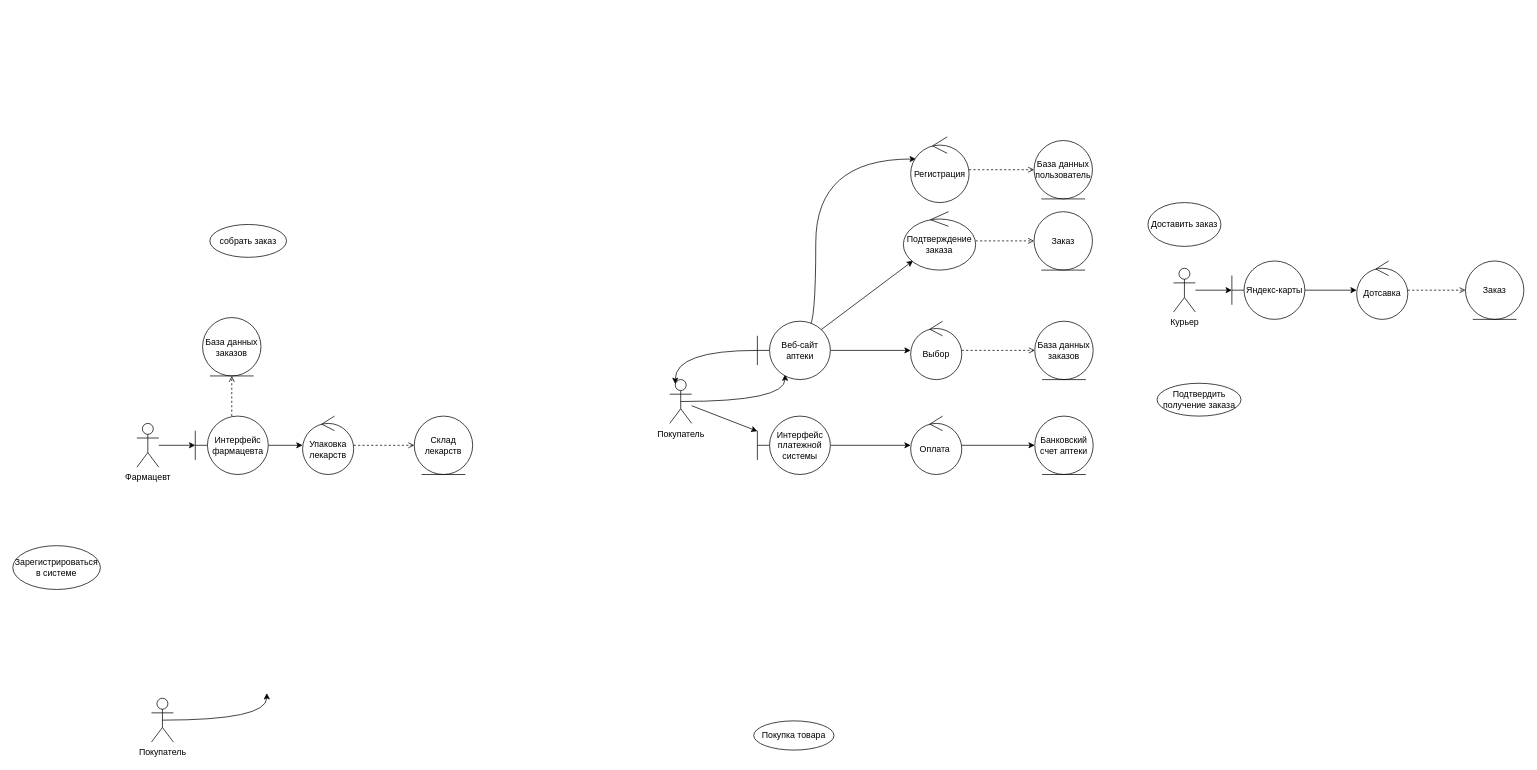
The draw.io diagram AKMS/Pr_3/Pr_3_2.drawio in Idontlikeni/fourth_semestr, before the edit. Source tidied: cells renumbered, new cells numbered last; positions are measured from the earlier drawing's top-left corner, leaving out a move shared by most shapes. Both pictures are drawn from the tidied source at 73%, with x=0, y=0 at pixel (12, 137).
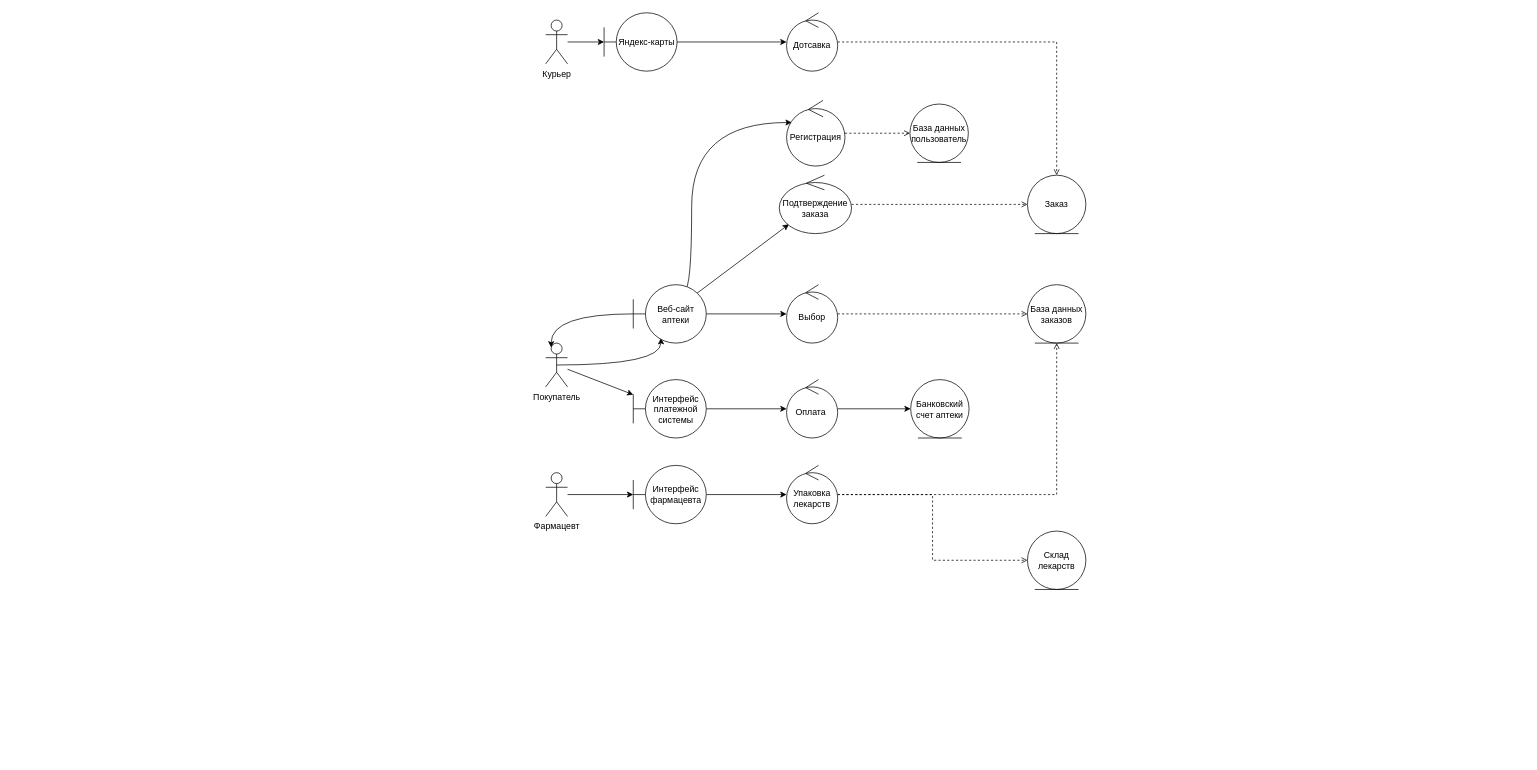
After the change.

Diff of the diagram source:
```diff
@@
     <mxCell id="2" style="rounded=0;jettySize=auto;html=1;exitX=0.5;exitY=0.5;exitDx=0;exitDy=0;exitPerimeter=0;entryX=0.38;entryY=0.913;entryDx=0;entryDy=0;entryPerimeter=0;edgeStyle=orthogonalEdgeStyle;curved=1;" parent="1" edge="1" source="4" target="8">
       <mxGeometry relative="1" as="geometry">
         <Array as="points">
-          <mxPoint x="1058" y="362.5" />
+          <mxPoint x="888" y="312.5" />
         </Array>
       </mxGeometry>
     </mxCell>
@@
     <mxCell id="4" value="Покупатель" style="shape=umlActor;verticalLabelPosition=bottom;verticalAlign=top;html=1;outlineConnect=0;" parent="1" vertex="1">
-      <mxGeometry x="900" y="332.5" width="30" height="60" as="geometry" />
+      <mxGeometry x="730" y="282.5" width="30" height="60" as="geometry" />
     </mxCell>
@@
     <mxCell id="7" style="edgeStyle=orthogonalEdgeStyle;rounded=0;jettySize=auto;html=1;curved=1;entryX=0.089;entryY=0.337;entryDx=0;entryDy=0;entryPerimeter=0;" parent="1" edge="1" target="45">
       <mxGeometry relative="1" as="geometry">
-        <mxPoint x="1090" y="260" as="sourcePoint" />
+        <mxPoint x="920" y="210" as="sourcePoint" />
         <Array as="points">
-          <mxPoint x="1100" y="30" />
+          <mxPoint x="930" y="-20" />
         </Array>
       </mxGeometry>
     </mxCell>
     <mxCell id="8" value="Веб-сайт аптеки" style="shape=umlBoundary;whiteSpace=wrap;html=1;" parent="1" vertex="1">
-      <mxGeometry x="1020" y="252.5" width="100" height="80" as="geometry" />
+      <mxGeometry x="850" y="202.5" width="100" height="80" as="geometry" />
     </mxCell>
@@
     <mxCell id="10" value="Интерфейс платежной системы" style="shape=umlBoundary;whiteSpace=wrap;html=1;" parent="1" vertex="1">
-      <mxGeometry x="1020" y="382.5" width="100" height="80" as="geometry" />
+      <mxGeometry x="850" y="332.5" width="100" height="80" as="geometry" />
     </mxCell>
     <mxCell id="11" value="База данных заказов" style="ellipse;shape=umlEntity;whiteSpace=wrap;html=1;" parent="1" vertex="1">
-      <mxGeometry x="1400" y="252.5" width="80" height="80" as="geometry" />
+      <mxGeometry x="1390" y="202.5" width="80" height="80" as="geometry" />
     </mxCell>
@@
     <mxCell id="13" value="Выбор" style="ellipse;shape=umlControl;whiteSpace=wrap;html=1;" parent="1" vertex="1">
-      <mxGeometry x="1230" y="252.5" width="70" height="80" as="geometry" />
+      <mxGeometry x="1060" y="202.5" width="70" height="80" as="geometry" />
     </mxCell>
     <mxCell id="14" style="rounded=0;jettySize=auto;html=1;entryX=0.25;entryY=0.1;entryDx=0;entryDy=0;entryPerimeter=0;edgeStyle=orthogonalEdgeStyle;curved=1;" parent="1" edge="1" source="8" target="4">
       <mxGeometry relative="1" as="geometry">
         <Array as="points">
-          <mxPoint x="908" y="292.5" />
+          <mxPoint x="738" y="242.5" />
         </Array>
       </mxGeometry>
     </mxCell>
-    <mxCell id="15" style="rounded=0;jettySize=auto;html=1;exitX=0.5;exitY=0.5;exitDx=0;exitDy=0;exitPerimeter=0;entryX=0.38;entryY=0.913;entryDx=0;entryDy=0;entryPerimeter=0;edgeStyle=orthogonalEdgeStyle;curved=1;" parent="1" edge="1" source="16">
-      <mxGeometry relative="1" as="geometry">
-        <mxPoint x="348" y="762" as="targetPoint" />
-        <Array as="points">
-          <mxPoint x="348" y="799" />
-        </Array>
-      </mxGeometry>
-    </mxCell>
-    <mxCell id="16" value="Покупатель" style="shape=umlActor;verticalLabelPosition=bottom;verticalAlign=top;html=1;outlineConnect=0;" parent="1" vertex="1">
-      <mxGeometry x="190" y="769" width="30" height="60" as="geometry" />
-    </mxCell>
@@
     <mxCell id="18" value="Фармацевт" style="shape=umlActor;verticalLabelPosition=bottom;verticalAlign=top;html=1;outlineConnect=0;" parent="1" vertex="1">
-      <mxGeometry x="170" y="392.5" width="30" height="60" as="geometry" />
+      <mxGeometry x="730" y="460" width="30" height="60" as="geometry" />
     </mxCell>
-    <mxCell id="19" style="edgeStyle=orthogonalEdgeStyle;rounded=0;jettySize=auto;html=1;entryX=0.5;entryY=1;entryDx=0;entryDy=0;dashed=1;endArrow=open;endFill=0;" parent="1" edge="1" source="21" target="25">
-      <mxGeometry relative="1" as="geometry" />
-    </mxCell>
-    <mxCell id="20" style="edgeStyle=orthogonalEdgeStyle;rounded=0;jettySize=auto;html=1;" parent="1" edge="1" source="21" target="23">
-      <mxGeometry relative="1" as="geometry" />
-    </mxCell>
-    <mxCell id="21" value="Интерфейс фармацевта" style="shape=umlBoundary;whiteSpace=wrap;html=1;" parent="1" vertex="1">
-      <mxGeometry x="250" y="382.5" width="100" height="80" as="geometry" />
-    </mxCell>
-    <mxCell id="22" style="edgeStyle=orthogonalEdgeStyle;rounded=0;jettySize=auto;html=1;entryX=0;entryY=0.5;entryDx=0;entryDy=0;endArrow=open;endFill=0;dashed=1;" parent="1" edge="1" source="23" target="24">
-      <mxGeometry relative="1" as="geometry" />
-    </mxCell>
-    <mxCell id="23" value="Упаковка лекарств" style="ellipse;shape=umlControl;whiteSpace=wrap;html=1;" parent="1" vertex="1">
-      <mxGeometry x="397" y="382.5" width="70" height="80" as="geometry" />
-    </mxCell>
-    <mxCell id="24" value="Склад лекарств" style="ellipse;shape=umlEntity;whiteSpace=wrap;html=1;" parent="1" vertex="1">
-      <mxGeometry x="550" y="382.5" width="80" height="80" as="geometry" />
-    </mxCell>
-    <mxCell id="25" value="База данных заказов" style="ellipse;shape=umlEntity;whiteSpace=wrap;html=1;" parent="1" vertex="1">
-      <mxGeometry x="260" y="247.5" width="80" height="80" as="geometry" />
-    </mxCell>
@@
     <mxCell id="27" value="Курьер" style="shape=umlActor;verticalLabelPosition=bottom;verticalAlign=top;html=1;outlineConnect=0;" parent="1" vertex="1">
-      <mxGeometry x="1590" y="180" width="30" height="60" as="geometry" />
+      <mxGeometry x="730" y="-160" width="30" height="60" as="geometry" />
     </mxCell>
-    <mxCell id="28" value="собрать заказ" style="ellipse;whiteSpace=wrap;html=1;" parent="1" vertex="1">
-      <mxGeometry x="270" y="120" width="105" height="45" as="geometry" />
-    </mxCell>
-    <mxCell id="29" value="Покупка товара" style="ellipse;whiteSpace=wrap;html=1;" parent="1" vertex="1">
-      <mxGeometry x="1015" y="800" width="110" height="40" as="geometry" />
-    </mxCell>
-    <mxCell id="30" value="Зарегистрироваться в системе" style="ellipse;whiteSpace=wrap;html=1;" parent="1" vertex="1">
-      <mxGeometry y="560" width="120" height="60" as="geometry" />
-    </mxCell>
-    <mxCell id="31" value="Доставить заказ" style="ellipse;whiteSpace=wrap;html=1;" parent="1" vertex="1">
-      <mxGeometry x="1555" y="90" width="100" height="60" as="geometry" />
-    </mxCell>
@@
     <mxCell id="33" value="Яндекс-карты" style="shape=umlBoundary;whiteSpace=wrap;html=1;" parent="1" vertex="1">
-      <mxGeometry x="1670" y="170" width="100" height="80" as="geometry" />
+      <mxGeometry x="810" y="-170" width="100" height="80" as="geometry" />
     </mxCell>
-    <mxCell id="34" style="edgeStyle=orthogonalEdgeStyle;rounded=0;jettySize=auto;html=1;dashed=1;endArrow=open;endFill=0;" parent="1" edge="1" source="35" target="36">
-      <mxGeometry relative="1" as="geometry" />
-    </mxCell>
+    <mxCell id="47" style="edgeStyle=orthogonalEdgeStyle;rounded=0;jettySize=auto;html=1;entryX=0.5;entryY=0;entryDx=0;entryDy=0;dashed=1;endArrow=open;endFill=0;" parent="1" edge="1" source="35" target="41">
+      <mxGeometry relative="1" as="geometry" />
+    </mxCell>
     <mxCell id="35" value="Дотсавка" style="ellipse;shape=umlControl;whiteSpace=wrap;html=1;" parent="1" vertex="1">
-      <mxGeometry x="1841" y="170" width="70" height="80" as="geometry" />
+      <mxGeometry x="1060" y="-170" width="70" height="80" as="geometry" />
     </mxCell>
-    <mxCell id="36" value="Заказ" style="ellipse;shape=umlEntity;whiteSpace=wrap;html=1;" parent="1" vertex="1">
-      <mxGeometry x="1990" y="170" width="80" height="80" as="geometry" />
-    </mxCell>
     <mxCell id="37" value="Банковский счет аптеки" style="ellipse;shape=umlEntity;whiteSpace=wrap;html=1;" parent="1" vertex="1">
-      <mxGeometry x="1400" y="382.5" width="80" height="80" as="geometry" />
+      <mxGeometry x="1230" y="332.5" width="80" height="80" as="geometry" />
     </mxCell>
-    <mxCell id="38" value="Подтвердить получение заказа" style="ellipse;whiteSpace=wrap;html=1;" parent="1" vertex="1">
-      <mxGeometry x="1567.5" y="337.5" width="115" height="45" as="geometry" />
-    </mxCell>
@@
     <mxCell id="40" value="Подтверждение заказа" style="ellipse;shape=umlControl;whiteSpace=wrap;html=1;" parent="1" vertex="1">
-      <mxGeometry x="1220" y="102.5" width="99" height="80" as="geometry" />
+      <mxGeometry x="1050" y="52.5" width="99" height="80" as="geometry" />
     </mxCell>
     <mxCell id="41" value="Заказ" style="ellipse;shape=umlEntity;whiteSpace=wrap;html=1;" parent="1" vertex="1">
-      <mxGeometry x="1399" y="102.5" width="80" height="80" as="geometry" />
+      <mxGeometry x="1390" y="52.5" width="80" height="80" as="geometry" />
     </mxCell>
@@
     <mxCell id="43" value="Оплата&amp;nbsp;" style="ellipse;shape=umlControl;whiteSpace=wrap;html=1;" parent="1" vertex="1">
-      <mxGeometry x="1230" y="382.5" width="70" height="80" as="geometry" />
+      <mxGeometry x="1060" y="332.5" width="70" height="80" as="geometry" />
     </mxCell>
@@
     <mxCell id="45" value="Регистрация" style="ellipse;shape=umlControl;whiteSpace=wrap;html=1;" parent="1" vertex="1">
-      <mxGeometry x="1230" width="80" height="90" as="geometry" />
+      <mxGeometry x="1060" y="-50" width="80" height="90" as="geometry" />
     </mxCell>
     <mxCell id="46" value="База данных пользователь" style="ellipse;shape=umlEntity;whiteSpace=wrap;html=1;" parent="1" vertex="1">
-      <mxGeometry x="1399" y="5" width="80" height="80" as="geometry" />
+      <mxGeometry x="1229" y="-45" width="80" height="80" as="geometry" />
     </mxCell>
+    <mxCell id="20" style="edgeStyle=orthogonalEdgeStyle;rounded=0;jettySize=auto;html=1;" parent="1" edge="1" source="21" target="23">
+      <mxGeometry relative="1" as="geometry" />
+    </mxCell>
+    <mxCell id="21" value="Интерфейс фармацевта" style="shape=umlBoundary;whiteSpace=wrap;html=1;" parent="1" vertex="1">
+      <mxGeometry x="850" y="450" width="100" height="80" as="geometry" />
+    </mxCell>
+    <mxCell id="22" style="edgeStyle=orthogonalEdgeStyle;rounded=0;jettySize=auto;html=1;entryX=0;entryY=0.5;entryDx=0;entryDy=0;endArrow=open;endFill=0;dashed=1;" parent="1" edge="1" source="23" target="24">
+      <mxGeometry relative="1" as="geometry" />
+    </mxCell>
+    <mxCell id="48" style="edgeStyle=orthogonalEdgeStyle;rounded=0;jettySize=auto;html=1;entryX=0.5;entryY=1;entryDx=0;entryDy=0;dashed=1;endArrow=open;endFill=0;" parent="1" edge="1" source="23" target="11">
+      <mxGeometry relative="1" as="geometry" />
+    </mxCell>
+    <mxCell id="23" value="Упаковка лекарств" style="ellipse;shape=umlControl;whiteSpace=wrap;html=1;" parent="1" vertex="1">
+      <mxGeometry x="1060" y="450" width="70" height="80" as="geometry" />
+    </mxCell>
+    <mxCell id="24" value="Склад лекарств" style="ellipse;shape=umlEntity;whiteSpace=wrap;html=1;" parent="1" vertex="1">
+      <mxGeometry x="1390" y="540" width="80" height="80" as="geometry" />
+    </mxCell>
```
